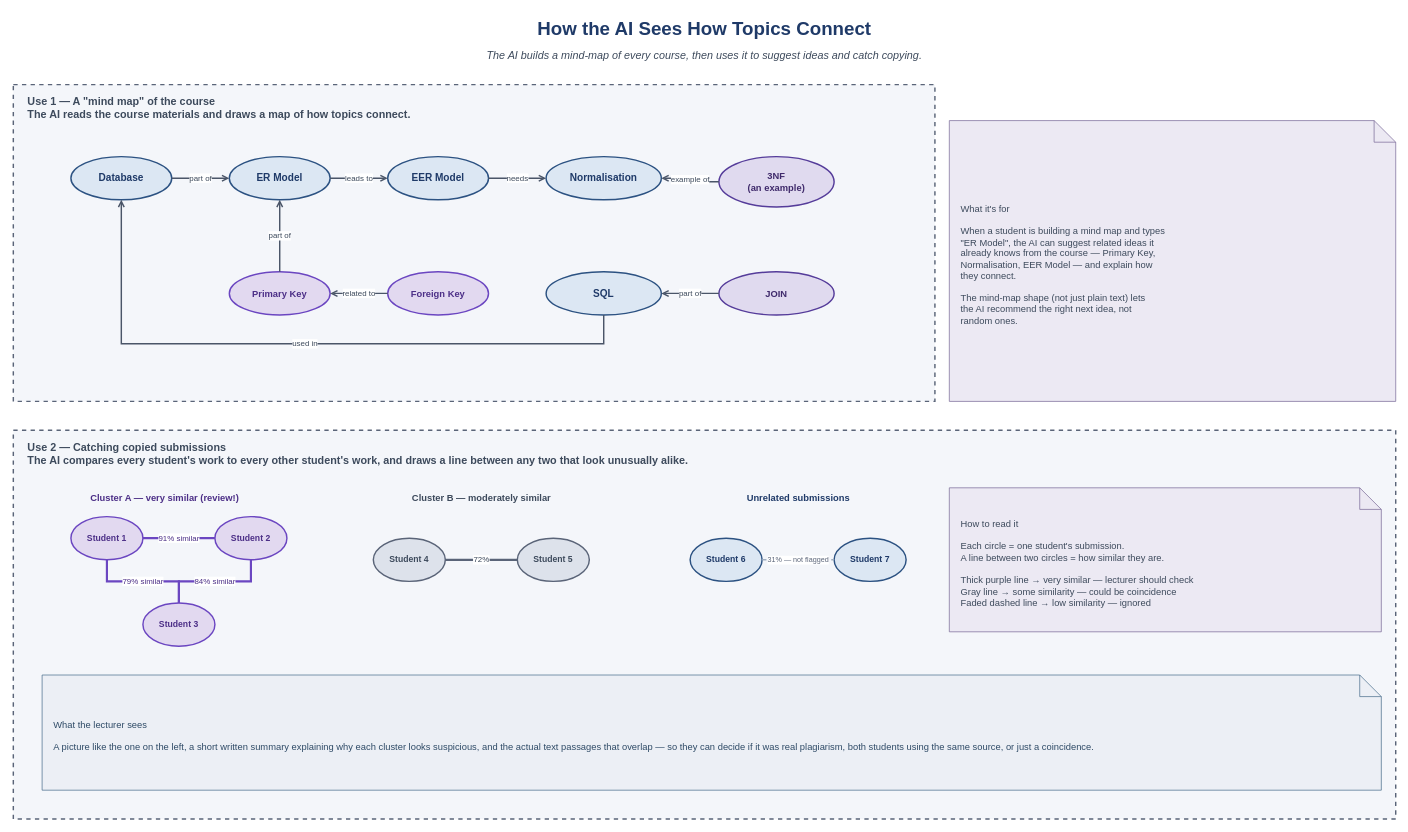
Above: diagrams_simple/3_rag_graph_diagram_simple.drawio in Kimmmmy03/MySmartStudy (draw.io), before the change. Source tidied: cells renumbered, new cells numbered last; positions are measured from the earlier drawing's top-left corner, leaving out a move shared by most shapes. Both pictures are drawn from the tidied source at 72%, with x=0, y=0 at pixel (13, 12).
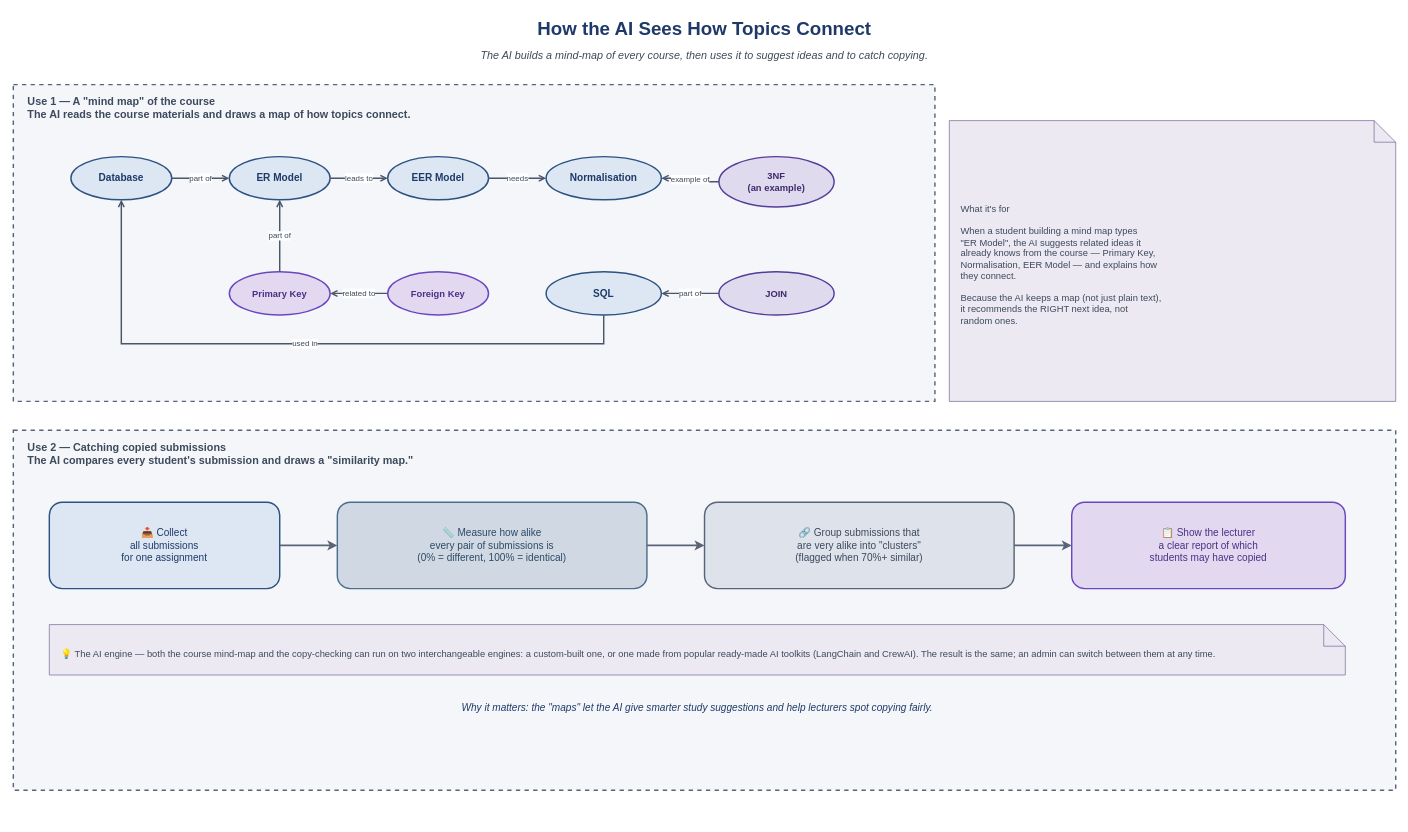
The same diagram, later.

The change refers to these unchanged cells:
```xml
<mxCell id="5" value="Database" style="ellipse;whiteSpace=wrap;html=1;fillColor=#DCE7F3;strokeColor=#2C5282;strokeWidth=2;fontSize=14;fontStyle=1;fontColor=#1F3A68;" parent="1" vertex="1">
  <mxGeometry x="80" y="200" width="140" height="60" as="geometry" />
</mxCell>
<mxCell id="12" value="SQL" style="ellipse;whiteSpace=wrap;html=1;fillColor=#DCE7F3;strokeColor=#2C5282;strokeWidth=2;fontSize=14;fontStyle=1;fontColor=#1F3A68;" parent="1" vertex="1">
  <mxGeometry x="740" y="360" width="160" height="60" as="geometry" />
</mxCell>
```

Diff of the diagram source:
```diff
@@
-    <mxCell id="3" value="The AI builds a mind-map of every course, then uses it to suggest ideas and catch copying." style="text;html=1;align=center;whiteSpace=wrap;fontSize=15;fontStyle=2;fontColor=#3D4A5C;" parent="1" vertex="1">
+    <mxCell id="3" value="The AI builds a mind-map of every course, then uses it to suggest ideas and to catch copying." style="text;html=1;align=center;whiteSpace=wrap;fontSize=15;fontStyle=2;fontColor=#3D4A5C;" parent="1" vertex="1">
       <mxGeometry x="160" y="44" width="1600" height="30" as="geometry" />
     </mxCell>
@@
-    <mxCell id="21" value="used in" style="edgeStyle=orthogonalEdgeStyle;rounded=0;html=1;exitX=0.5;exitY=1;entryX=0.5;entryY=1;endArrow=open;fontSize=11;strokeWidth=2;strokeColor=#4A5568;fontColor=#3D4A5C;entryDx=0;entryDy=0;exitDx=0;exitDy=0;" parent="1" edge="1" source="12" target="5">
+    <mxCell id="21" value="used in" style="edgeStyle=orthogonalEdgeStyle;rounded=0;html=1;exitX=0.5;exitY=1;entryX=0.5;entryY=1;endArrow=open;fontSize=11;strokeWidth=2;strokeColor=#4A5568;fontColor=#3D4A5C;" parent="1" edge="1" source="12" target="5">
       <mxGeometry relative="1" as="geometry">
         <Array as="points">
           <mxPoint x="820" y="460" />
           <mxPoint x="150" y="460" />
         </Array>
       </mxGeometry>
     </mxCell>
-    <mxCell id="22" value="What it's for&#10;&#10;When a student is building a mind map and types&#10;&quot;ER Model&quot;, the AI can suggest related ideas it&#10;already knows from the course — Primary Key,&#10;Normalisation, EER Model — and explain how&#10;they connect.&#10;&#10;The mind-map shape (not just plain text) lets&#10;the AI recommend the right next idea, not&#10;random ones." style="shape=note;whiteSpace=wrap;html=1;backgroundOutline=1;fillColor=#ECE9F3;strokeColor=#7A6B98;fontSize=13;fontColor=#3D4A5C;align=left;spacingLeft=14;spacingTop=10;" parent="1" vertex="1">
+    <mxCell id="22" value="What it's for&#10;&#10;When a student building a mind map types&#10;&quot;ER Model&quot;, the AI suggests related ideas it&#10;already knows from the course — Primary Key,&#10;Normalisation, EER Model — and explains how&#10;they connect.&#10;&#10;Because the AI keeps a map (not just plain text),&#10;it recommends the RIGHT next idea, not&#10;random ones." style="shape=note;whiteSpace=wrap;html=1;backgroundOutline=1;fillColor=#ECE9F3;strokeColor=#7A6B98;fontSize=13;fontColor=#3D4A5C;align=left;spacingLeft=14;spacingTop=10;" parent="1" vertex="1">
       <mxGeometry x="1300" y="150" width="620" height="390" as="geometry" />
     </mxCell>
-    <mxCell id="23" value="Use 2 — Catching copied submissions&#10;The AI compares every student's work to every other student's work, and draws a line between any two that look unusually alike." style="rounded=0;whiteSpace=wrap;html=1;fillColor=#F4F6FA;strokeColor=#5A6478;strokeWidth=2;verticalAlign=top;fontSize=15;fontStyle=1;fontColor=#3D4A5C;dashed=1;spacingTop=8;align=left;spacingLeft=18;" parent="1" vertex="1">
-      <mxGeometry y="580" width="1920" height="540" as="geometry" />
+    <mxCell id="23" value="Use 2 — Catching copied submissions&#10;The AI compares every student's submission and draws a &quot;similarity map.&quot;" style="rounded=0;whiteSpace=wrap;html=1;fillColor=#F4F6FA;strokeColor=#5A6478;strokeWidth=2;verticalAlign=top;fontSize=15;fontStyle=1;fontColor=#3D4A5C;dashed=1;spacingTop=8;align=left;spacingLeft=18;" parent="1" vertex="1">
+      <mxGeometry y="580" width="1920" height="500" as="geometry" />
     </mxCell>
-    <mxCell id="24" value="Cluster A — very similar (review!)" style="text;html=1;align=center;fontStyle=1;fontSize=13;fontColor=#4C2F87;" parent="1" vertex="1">
-      <mxGeometry x="20" y="660" width="380" height="20" as="geometry" />
-    </mxCell>
-    <mxCell id="25" value="Student 1" style="ellipse;whiteSpace=wrap;html=1;fillColor=#E2D9F0;strokeColor=#6B46C1;strokeWidth=2;fontSize=12;fontStyle=1;fontColor=#4C2F87;" parent="1" vertex="1">
-      <mxGeometry x="80" y="700" width="100" height="60" as="geometry" />
-    </mxCell>
-    <mxCell id="26" value="Student 2" style="ellipse;whiteSpace=wrap;html=1;fillColor=#E2D9F0;strokeColor=#6B46C1;strokeWidth=2;fontSize=12;fontStyle=1;fontColor=#4C2F87;" parent="1" vertex="1">
-      <mxGeometry x="280" y="700" width="100" height="60" as="geometry" />
-    </mxCell>
-    <mxCell id="27" value="Student 3" style="ellipse;whiteSpace=wrap;html=1;fillColor=#E2D9F0;strokeColor=#6B46C1;strokeWidth=2;fontSize=12;fontStyle=1;fontColor=#4C2F87;" parent="1" vertex="1">
-      <mxGeometry x="180" y="820" width="100" height="60" as="geometry" />
-    </mxCell>
-    <mxCell id="28" value="91% similar" style="edgeStyle=orthogonalEdgeStyle;rounded=0;html=1;exitX=1;exitY=0.5;entryX=0;entryY=0.5;endArrow=none;fontSize=11;strokeColor=#6B46C1;strokeWidth=3;fontColor=#4C2F87;" parent="1" edge="1" source="25" target="26">
-      <mxGeometry relative="1" as="geometry" />
-    </mxCell>
-    <mxCell id="29" value="84% similar" style="edgeStyle=orthogonalEdgeStyle;rounded=0;html=1;exitX=0.5;exitY=1;entryX=0.5;entryY=0;endArrow=none;fontSize=11;strokeColor=#6B46C1;strokeWidth=3;fontColor=#4C2F87;" parent="1" edge="1" source="26" target="27">
-      <mxGeometry relative="1" as="geometry" />
-    </mxCell>
-    <mxCell id="30" value="79% similar" style="edgeStyle=orthogonalEdgeStyle;rounded=0;html=1;exitX=0.5;exitY=1;entryX=0.5;entryY=0;endArrow=none;fontSize=11;strokeColor=#6B46C1;strokeWidth=3;fontColor=#4C2F87;" parent="1" edge="1" source="25" target="27">
-      <mxGeometry relative="1" as="geometry" />
-    </mxCell>
-    <mxCell id="31" value="Cluster B — moderately similar" style="text;html=1;align=center;fontStyle=1;fontSize=13;fontColor=#3D4A5C;" parent="1" vertex="1">
-      <mxGeometry x="460" y="660" width="380" height="20" as="geometry" />
-    </mxCell>
-    <mxCell id="32" value="Student 4" style="ellipse;whiteSpace=wrap;html=1;fillColor=#DDE2EB;strokeColor=#5A6478;strokeWidth=2;fontSize=12;fontStyle=1;fontColor=#3D4A5C;" parent="1" vertex="1">
-      <mxGeometry x="500" y="730" width="100" height="60" as="geometry" />
-    </mxCell>
-    <mxCell id="33" value="Student 5" style="ellipse;whiteSpace=wrap;html=1;fillColor=#DDE2EB;strokeColor=#5A6478;strokeWidth=2;fontSize=12;fontStyle=1;fontColor=#3D4A5C;" parent="1" vertex="1">
-      <mxGeometry x="700" y="730" width="100" height="60" as="geometry" />
-    </mxCell>
-    <mxCell id="34" value="72%" style="edgeStyle=orthogonalEdgeStyle;rounded=0;html=1;exitX=1;exitY=0.5;entryX=0;entryY=0.5;endArrow=none;fontSize=11;strokeColor=#5A6478;strokeWidth=3;fontColor=#3D4A5C;" parent="1" edge="1" source="32" target="33">
-      <mxGeometry relative="1" as="geometry" />
-    </mxCell>
-    <mxCell id="35" value="Unrelated submissions" style="text;html=1;align=center;fontStyle=1;fontSize=13;fontColor=#1F3A68;" parent="1" vertex="1">
-      <mxGeometry x="900" y="660" width="380" height="20" as="geometry" />
-    </mxCell>
-    <mxCell id="36" value="Student 6" style="ellipse;whiteSpace=wrap;html=1;fillColor=#DCE7F3;strokeColor=#2C5282;strokeWidth=2;fontSize=12;fontStyle=1;fontColor=#1F3A68;" parent="1" vertex="1">
-      <mxGeometry x="940" y="730" width="100" height="60" as="geometry" />
-    </mxCell>
-    <mxCell id="37" value="Student 7" style="ellipse;whiteSpace=wrap;html=1;fillColor=#DCE7F3;strokeColor=#2C5282;strokeWidth=2;fontSize=12;fontStyle=1;fontColor=#1F3A68;" parent="1" vertex="1">
-      <mxGeometry x="1140" y="730" width="100" height="60" as="geometry" />
-    </mxCell>
-    <mxCell id="38" value="31% — not flagged" style="edgeStyle=orthogonalEdgeStyle;rounded=0;html=1;exitX=1;exitY=0.5;entryX=0;entryY=0.5;endArrow=none;fontSize=10;strokeColor=#A0AEC0;dashed=1;strokeWidth=2;fontColor=#5A6478;" parent="1" edge="1" source="36" target="37">
-      <mxGeometry relative="1" as="geometry" />
-    </mxCell>
-    <mxCell id="39" value="How to read it&#10;&#10;Each circle = one student's submission.&#10;A line between two circles = how similar they are.&#10;&#10;Thick purple line  → very similar — lecturer should check&#10;Gray line                → some similarity — could be coincidence&#10;Faded dashed line → low similarity — ignored" style="shape=note;whiteSpace=wrap;html=1;backgroundOutline=1;fillColor=#ECE9F3;strokeColor=#7A6B98;fontSize=13;fontColor=#3D4A5C;align=left;spacingLeft=14;spacingTop=10;" parent="1" vertex="1">
-      <mxGeometry x="1300" y="660" width="600" height="200" as="geometry" />
-    </mxCell>
-    <mxCell id="40" value="What the lecturer sees&#10;&#10;A picture like the one on the left, a short written summary explaining why each cluster looks suspicious, and the actual text passages that overlap — so they can decide if it was real plagiarism, both students using the same source, or just a coincidence." style="shape=note;whiteSpace=wrap;html=1;backgroundOutline=1;fillColor=#ECEFF5;strokeColor=#4A6E8C;fontSize=13;fontColor=#2E4A66;align=left;spacingLeft=14;spacingTop=10;" parent="1" vertex="1">
-      <mxGeometry x="40" y="920" width="1860" height="160" as="geometry" />
-    </mxCell>
+    <mxCell id="41" value="📥  Collect&#10;all submissions&#10;for one assignment" style="rounded=1;whiteSpace=wrap;html=1;fillColor=#DCE7F3;strokeColor=#2C5282;strokeWidth=2;align=center;verticalAlign=middle;fontSize=14;fontColor=#1F3A68;" parent="1" vertex="1">
+      <mxGeometry x="50" y="680" width="320" height="120" as="geometry" />
+    </mxCell>
+    <mxCell id="42" value="📏  Measure how alike&#10;every pair of submissions is&#10;(0% = different,  100% = identical)" style="rounded=1;whiteSpace=wrap;html=1;fillColor=#CFD8E3;strokeColor=#4A6E8C;strokeWidth=2;align=center;verticalAlign=middle;fontSize=14;fontColor=#2E4A66;" parent="1" vertex="1">
+      <mxGeometry x="450" y="680" width="430" height="120" as="geometry" />
+    </mxCell>
+    <mxCell id="43" value="🔗  Group submissions that&#10;are very alike into &quot;clusters&quot;&#10;(flagged when 70%+ similar)" style="rounded=1;whiteSpace=wrap;html=1;fillColor=#DDE2EB;strokeColor=#5A6478;strokeWidth=2;align=center;verticalAlign=middle;fontSize=14;fontColor=#3D4A5C;" parent="1" vertex="1">
+      <mxGeometry x="960" y="680" width="430" height="120" as="geometry" />
+    </mxCell>
+    <mxCell id="44" value="📋  Show the lecturer&#10;a clear report of which&#10;students may have copied" style="rounded=1;whiteSpace=wrap;html=1;fillColor=#E2D9F0;strokeColor=#6B46C1;strokeWidth=2;align=center;verticalAlign=middle;fontSize=14;fontColor=#4C2F87;" parent="1" vertex="1">
+      <mxGeometry x="1470" y="680" width="380" height="120" as="geometry" />
+    </mxCell>
+    <mxCell id="45" style="edgeStyle=orthogonalEdgeStyle;rounded=0;html=1;endArrow=classic;strokeColor=#5A6478;strokeWidth=2.5;exitX=1;exitY=0.5;entryX=0;entryY=0.5;" parent="1" edge="1" source="41" target="42">
+      <mxGeometry relative="1" as="geometry" />
+    </mxCell>
+    <mxCell id="46" style="edgeStyle=orthogonalEdgeStyle;rounded=0;html=1;endArrow=classic;strokeColor=#5A6478;strokeWidth=2.5;exitX=1;exitY=0.5;entryX=0;entryY=0.5;" parent="1" edge="1" source="42" target="43">
+      <mxGeometry relative="1" as="geometry" />
+    </mxCell>
+    <mxCell id="47" style="edgeStyle=orthogonalEdgeStyle;rounded=0;html=1;endArrow=classic;strokeColor=#5A6478;strokeWidth=2.5;exitX=1;exitY=0.5;entryX=0;entryY=0.5;" parent="1" edge="1" source="43" target="44">
+      <mxGeometry relative="1" as="geometry" />
+    </mxCell>
+    <mxCell id="48" value="💡  The AI engine — both the course mind-map and the copy-checking can run on two interchangeable engines: a custom-built one, or one made from popular ready-made AI toolkits (LangChain and CrewAI). The result is the same; an admin can switch between them at any time." style="shape=note;whiteSpace=wrap;html=1;backgroundOutline=1;fillColor=#ECE9F3;strokeColor=#7A6B98;fontSize=13;fontColor=#3D4A5C;align=left;spacingLeft=14;spacingTop=10;" parent="1" vertex="1">
+      <mxGeometry x="50" y="850" width="1800" height="70" as="geometry" />
+    </mxCell>
+    <mxCell id="49" value="Why it matters:  the &quot;maps&quot; let the AI give smarter study suggestions and help lecturers spot copying fairly." style="text;html=1;align=center;whiteSpace=wrap;fontSize=14;fontStyle=2;fontColor=#1F3A68;" parent="1" vertex="1">
+      <mxGeometry x="50" y="950" width="1800" height="30" as="geometry" />
+    </mxCell>
```
